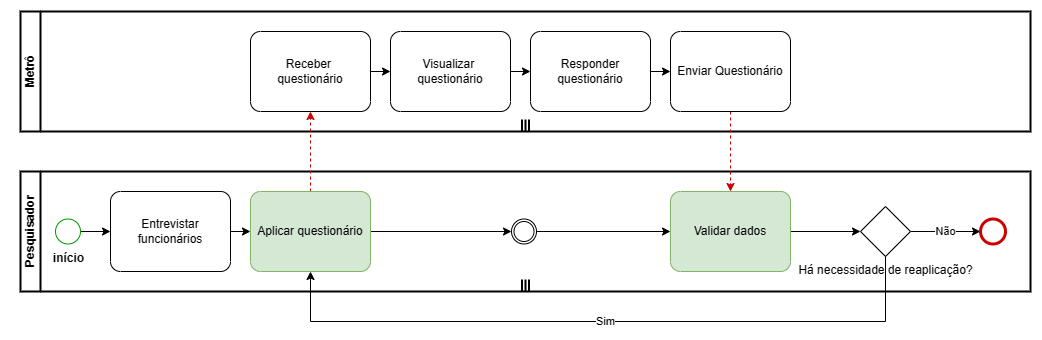
camylladias/CC7532 keeps this draw.io diagram as Lab Fase de Modelagem-as is.drawio.png. Above is the earlier version. Source tidied: cells renumbered, new cells last; positions are measured from the earlier drawing's top-left corner, leaving out a move shared by most shapes. Its diagram source:
```xml
<mxGraphModel>
  <root>
    <mxCell id="0" />
    <mxCell id="1" parent="0" />
    <mxCell id="2" style="shape=mxgraph.bpmn.swimlane;html=1;startSize=20;horizontal=0;swimlaneLine=1;fontStyle=0;swimlaneFillColor=#ffffff;strokeWidth=2;isCollection=1;whiteSpace=wrap;" parent="1" vertex="1">
      <mxGeometry x="40" width="1010" height="120" as="geometry" />
    </mxCell>
    <mxCell id="3" style="shape=mxgraph.bpmn.swimlane;html=1;startSize=20;horizontal=0;swimlaneLine=1;fontStyle=0;swimlaneFillColor=#ffffff;strokeWidth=2;isCollection=1;whiteSpace=wrap;" parent="1" vertex="1">
      <mxGeometry x="40" y="160" width="1010" height="120" as="geometry" />
    </mxCell>
    <mxCell id="4" value="Metrô" style="text;strokeColor=none;fillColor=none;html=1;fontSize=12;fontStyle=1;verticalAlign=middle;align=center;rotation=-90;" parent="1" vertex="1">
      <mxGeometry x="10" y="57.5" width="80" height="5" as="geometry" />
    </mxCell>
    <mxCell id="5" value="Pesquisador" style="text;strokeColor=none;fillColor=none;html=1;fontSize=12;fontStyle=1;verticalAlign=middle;align=center;rotation=270;" parent="1" vertex="1">
      <mxGeometry y="200" width="100" height="40" as="geometry" />
    </mxCell>
    <mxCell id="6" style="edgeStyle=orthogonalEdgeStyle;rounded=0;jettySize=auto;html=1;exitX=1;exitY=0.5;exitDx=0;exitDy=0;exitPerimeter=0;entryX=0;entryY=0.5;entryDx=0;entryDy=0;entryPerimeter=0;" parent="1" edge="1" source="7" target="9">
      <mxGeometry relative="1" as="geometry" />
    </mxCell>
    <mxCell id="7" value="início" style="points=[[0.145,0.145,0],[0.5,0,0],[0.855,0.145,0],[1,0.5,0],[0.855,0.855,0],[0.5,1,0],[0.145,0.855,0],[0,0.5,0]];shape=mxgraph.bpmn.event;html=1;verticalLabelPosition=bottom;labelBackgroundColor=none;verticalAlign=top;align=center;perimeter=ellipsePerimeter;outlineConnect=0;outline=standard;symbol=general;fontColor=default;labelBorderColor=none;fontStyle=1;strokeColor=#009900;" parent="1" vertex="1">
      <mxGeometry x="75" y="207.5" width="25" height="25" as="geometry" />
    </mxCell>
    <mxCell id="8" style="edgeStyle=orthogonalEdgeStyle;rounded=0;jettySize=auto;html=1;exitX=1;exitY=0.5;exitDx=0;exitDy=0;exitPerimeter=0;entryX=0;entryY=0.5;entryDx=0;entryDy=0;entryPerimeter=0;" parent="1" edge="1" source="9" target="12">
      <mxGeometry relative="1" as="geometry" />
    </mxCell>
    <mxCell id="9" value="Entrevistar funcionários" style="points=[[0.25,0,0],[0.5,0,0],[0.75,0,0],[1,0.25,0],[1,0.5,0],[1,0.75,0],[0.75,1,0],[0.5,1,0],[0.25,1,0],[0,0.75,0],[0,0.5,0],[0,0.25,0]];shape=mxgraph.bpmn.task;whiteSpace=wrap;rectStyle=rounded;size=10;html=1;taskMarker=abstract;" parent="1" vertex="1">
      <mxGeometry x="130" y="180" width="120" height="80" as="geometry" />
    </mxCell>
    <mxCell id="10" style="edgeStyle=orthogonalEdgeStyle;rounded=0;jettySize=auto;html=1;exitX=0.5;exitY=0;exitDx=0;exitDy=0;exitPerimeter=0;entryX=0.5;entryY=1;entryDx=0;entryDy=0;entryPerimeter=0;dashed=1;strokeColor=#CC0000;" parent="1" edge="1" source="12" target="14">
      <mxGeometry relative="1" as="geometry" />
    </mxCell>
    <mxCell id="11" style="edgeStyle=orthogonalEdgeStyle;rounded=0;jettySize=auto;html=1;exitX=1;exitY=0.5;exitDx=0;exitDy=0;exitPerimeter=0;entryX=0;entryY=0.5;entryDx=0;entryDy=0;entryPerimeter=0;" parent="1" edge="1" source="12" target="24">
      <mxGeometry relative="1" as="geometry" />
    </mxCell>
    <mxCell id="12" value="Aplicar questionário" style="points=[[0.25,0,0],[0.5,0,0],[0.75,0,0],[1,0.25,0],[1,0.5,0],[1,0.75,0],[0.75,1,0],[0.5,1,0],[0.25,1,0],[0,0.75,0],[0,0.5,0],[0,0.25,0]];shape=mxgraph.bpmn.task;whiteSpace=wrap;rectStyle=rounded;size=10;html=1;taskMarker=abstract;strokeColor=#82B366;fillColor=#d5e8d4;" parent="1" vertex="1">
      <mxGeometry x="270" y="180" width="120" height="80" as="geometry" />
    </mxCell>
    <mxCell id="13" style="edgeStyle=orthogonalEdgeStyle;rounded=0;jettySize=auto;html=1;exitX=1;exitY=0.5;exitDx=0;exitDy=0;exitPerimeter=0;entryX=0;entryY=0.5;entryDx=0;entryDy=0;entryPerimeter=0;" parent="1" edge="1" source="14" target="16">
      <mxGeometry relative="1" as="geometry" />
    </mxCell>
    <mxCell id="14" value="Receber&amp;nbsp;&lt;br&gt;questionário" style="points=[[0.25,0,0],[0.5,0,0],[0.75,0,0],[1,0.25,0],[1,0.5,0],[1,0.75,0],[0.75,1,0],[0.5,1,0],[0.25,1,0],[0,0.75,0],[0,0.5,0],[0,0.25,0]];shape=mxgraph.bpmn.task;whiteSpace=wrap;rectStyle=rounded;size=10;html=1;taskMarker=abstract;" parent="1" vertex="1">
      <mxGeometry x="270" y="20" width="120" height="80" as="geometry" />
    </mxCell>
    <mxCell id="15" style="edgeStyle=orthogonalEdgeStyle;rounded=0;jettySize=auto;html=1;exitX=1;exitY=0.5;exitDx=0;exitDy=0;exitPerimeter=0;entryX=0;entryY=0.5;entryDx=0;entryDy=0;entryPerimeter=0;" parent="1" edge="1" source="16" target="18">
      <mxGeometry relative="1" as="geometry" />
    </mxCell>
    <mxCell id="16" value="Visualizar&amp;nbsp;&lt;br&gt;questionário" style="points=[[0.25,0,0],[0.5,0,0],[0.75,0,0],[1,0.25,0],[1,0.5,0],[1,0.75,0],[0.75,1,0],[0.5,1,0],[0.25,1,0],[0,0.75,0],[0,0.5,0],[0,0.25,0]];shape=mxgraph.bpmn.task;whiteSpace=wrap;rectStyle=rounded;size=10;html=1;taskMarker=abstract;" parent="1" vertex="1">
      <mxGeometry x="410" y="20" width="120" height="80" as="geometry" />
    </mxCell>
    <mxCell id="17" style="edgeStyle=orthogonalEdgeStyle;rounded=0;jettySize=auto;html=1;exitX=1;exitY=0.5;exitDx=0;exitDy=0;exitPerimeter=0;entryX=0;entryY=0.5;entryDx=0;entryDy=0;entryPerimeter=0;" parent="1" edge="1" source="18" target="20">
      <mxGeometry relative="1" as="geometry" />
    </mxCell>
    <mxCell id="18" value="Responder questionário" style="points=[[0.25,0,0],[0.5,0,0],[0.75,0,0],[1,0.25,0],[1,0.5,0],[1,0.75,0],[0.75,1,0],[0.5,1,0],[0.25,1,0],[0,0.75,0],[0,0.5,0],[0,0.25,0]];shape=mxgraph.bpmn.task;whiteSpace=wrap;rectStyle=rounded;size=10;html=1;taskMarker=abstract;" parent="1" vertex="1">
      <mxGeometry x="550" y="20" width="120" height="80" as="geometry" />
    </mxCell>
    <mxCell id="19" style="edgeStyle=orthogonalEdgeStyle;rounded=0;jettySize=auto;html=1;exitX=0.5;exitY=1;exitDx=0;exitDy=0;exitPerimeter=0;dashed=1;strokeColor=#CC0000;" parent="1" edge="1" source="20" target="22">
      <mxGeometry relative="1" as="geometry" />
    </mxCell>
    <mxCell id="20" value="Enviar Questionário" style="points=[[0.25,0,0],[0.5,0,0],[0.75,0,0],[1,0.25,0],[1,0.5,0],[1,0.75,0],[0.75,1,0],[0.5,1,0],[0.25,1,0],[0,0.75,0],[0,0.5,0],[0,0.25,0]];shape=mxgraph.bpmn.task;whiteSpace=wrap;rectStyle=rounded;size=10;html=1;taskMarker=abstract;" parent="1" vertex="1">
      <mxGeometry x="690" y="20" width="120" height="80" as="geometry" />
    </mxCell>
    <mxCell id="21" style="edgeStyle=orthogonalEdgeStyle;rounded=0;jettySize=auto;html=1;exitX=1;exitY=0.5;exitDx=0;exitDy=0;exitPerimeter=0;entryX=0;entryY=0.5;entryDx=0;entryDy=0;entryPerimeter=0;" parent="1" edge="1" source="22" target="26">
      <mxGeometry relative="1" as="geometry" />
    </mxCell>
    <mxCell id="22" value="Validar dados" style="points=[[0.25,0,0],[0.5,0,0],[0.75,0,0],[1,0.25,0],[1,0.5,0],[1,0.75,0],[0.75,1,0],[0.5,1,0],[0.25,1,0],[0,0.75,0],[0,0.5,0],[0,0.25,0]];shape=mxgraph.bpmn.task;whiteSpace=wrap;rectStyle=rounded;size=10;html=1;taskMarker=abstract;fillColor=#d5e8d4;strokeColor=#82b366;" parent="1" vertex="1">
      <mxGeometry x="690" y="180" width="120" height="80" as="geometry" />
    </mxCell>
    <mxCell id="23" style="edgeStyle=orthogonalEdgeStyle;rounded=0;jettySize=auto;html=1;exitX=1;exitY=0.5;exitDx=0;exitDy=0;exitPerimeter=0;entryX=0;entryY=0.5;entryDx=0;entryDy=0;entryPerimeter=0;" parent="1" edge="1" source="24" target="22">
      <mxGeometry relative="1" as="geometry" />
    </mxCell>
    <mxCell id="24" style="points=[[0.145,0.145,0],[0.5,0,0],[0.855,0.145,0],[1,0.5,0],[0.855,0.855,0],[0.5,1,0],[0.145,0.855,0],[0,0.5,0]];shape=mxgraph.bpmn.event;html=1;verticalLabelPosition=bottom;labelBackgroundColor=#ffffff;verticalAlign=top;align=center;perimeter=ellipsePerimeter;outlineConnect=0;outline=throwing;symbol=general;" parent="1" vertex="1">
      <mxGeometry x="531" y="207.5" width="25" height="25" as="geometry" />
    </mxCell>
    <mxCell id="25" value="Não" style="edgeStyle=orthogonalEdgeStyle;rounded=0;jettySize=auto;html=1;exitX=1;exitY=0.5;exitDx=0;exitDy=0;exitPerimeter=0;entryX=0;entryY=0.5;entryDx=0;entryDy=0;entryPerimeter=0;" parent="1" edge="1" source="26" target="27">
      <mxGeometry relative="1" as="geometry" />
    </mxCell>
    <mxCell id="26" value="Há necessidade de reaplicação?" style="points=[[0.25,0.25,0],[0.5,0,0],[0.75,0.25,0],[1,0.5,0],[0.75,0.75,0],[0.5,1,0],[0.25,0.75,0],[0,0.5,0]];shape=mxgraph.bpmn.gateway2;html=1;verticalLabelPosition=bottom;labelBackgroundColor=#ffffff;verticalAlign=top;align=center;perimeter=rhombusPerimeter;outlineConnect=0;outline=none;symbol=none;" parent="1" vertex="1">
      <mxGeometry x="880" y="195" width="50" height="50" as="geometry" />
    </mxCell>
    <mxCell id="27" style="points=[[0.145,0.145,0],[0.5,0,0],[0.855,0.145,0],[1,0.5,0],[0.855,0.855,0],[0.5,1,0],[0.145,0.855,0],[0,0.5,0]];shape=mxgraph.bpmn.event;html=1;verticalLabelPosition=bottom;labelBackgroundColor=#ffffff;verticalAlign=top;align=center;perimeter=ellipsePerimeter;outlineConnect=0;outline=end;symbol=terminate2;strokeColor=#CC0000;" parent="1" vertex="1">
      <mxGeometry x="1000" y="207.5" width="25" height="25" as="geometry" />
    </mxCell>
    <mxCell id="28" value="Sim" style="edgeStyle=orthogonalEdgeStyle;rounded=0;orthogonalLoop=1;jettySize=auto;html=1;exitX=0.5;exitY=1;exitDx=0;exitDy=0;exitPerimeter=0;entryX=0.5;entryY=1;entryDx=0;entryDy=0;entryPerimeter=0;" parent="1" edge="1">
      <mxGeometry relative="1" as="geometry">
        <mxPoint x="905" y="245" as="sourcePoint" />
        <mxPoint x="330" y="260" as="targetPoint" />
        <Array as="points">
          <mxPoint x="905" y="310" />
          <mxPoint x="330" y="310" />
        </Array>
      </mxGeometry>
    </mxCell>
  </root>
</mxGraphModel>
```
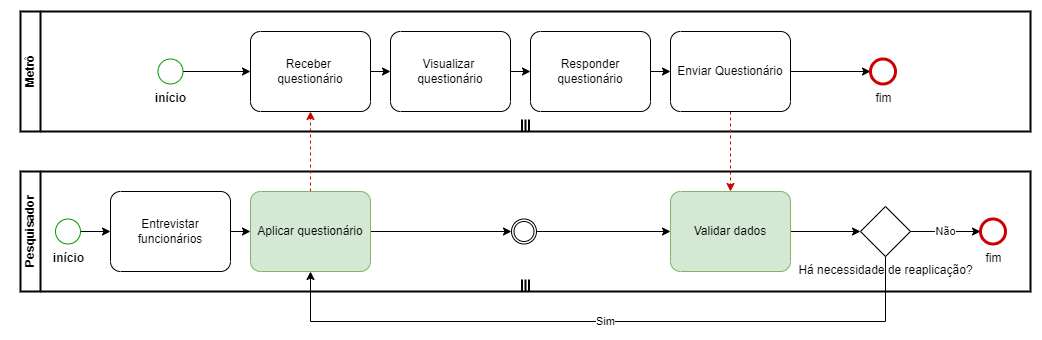
After the commit.

Diff of the diagram source:
```diff
@@ -56,6 +56,9 @@
     <mxCell id="19" style="edgeStyle=orthogonalEdgeStyle;rounded=0;jettySize=auto;html=1;exitX=0.5;exitY=1;exitDx=0;exitDy=0;exitPerimeter=0;dashed=1;strokeColor=#CC0000;" parent="1" edge="1" source="20" target="22">
       <mxGeometry relative="1" as="geometry" />
     </mxCell>
+    <mxCell id="29" style="edgeStyle=orthogonalEdgeStyle;rounded=0;jettySize=auto;html=1;exitX=1;exitY=0.5;exitDx=0;exitDy=0;exitPerimeter=0;entryX=0;entryY=0.5;entryDx=0;entryDy=0;entryPerimeter=0;" parent="1" edge="1" source="20" target="32">
+      <mxGeometry relative="1" as="geometry" />
+    </mxCell>
     <mxCell id="20" value="Enviar Questionário" style="points=[[0.25,0,0],[0.5,0,0],[0.75,0,0],[1,0.25,0],[1,0.5,0],[1,0.75,0],[0.75,1,0],[0.5,1,0],[0.25,1,0],[0,0.75,0],[0,0.5,0],[0,0.25,0]];shape=mxgraph.bpmn.task;whiteSpace=wrap;rectStyle=rounded;size=10;html=1;taskMarker=abstract;" parent="1" vertex="1">
       <mxGeometry x="690" y="20" width="120" height="80" as="geometry" />
     </mxCell>
@@ -77,7 +80,7 @@
     <mxCell id="26" value="Há necessidade de reaplicação?" style="points=[[0.25,0.25,0],[0.5,0,0],[0.75,0.25,0],[1,0.5,0],[0.75,0.75,0],[0.5,1,0],[0.25,0.75,0],[0,0.5,0]];shape=mxgraph.bpmn.gateway2;html=1;verticalLabelPosition=bottom;labelBackgroundColor=#ffffff;verticalAlign=top;align=center;perimeter=rhombusPerimeter;outlineConnect=0;outline=none;symbol=none;" parent="1" vertex="1">
       <mxGeometry x="880" y="195" width="50" height="50" as="geometry" />
     </mxCell>
-    <mxCell id="27" style="points=[[0.145,0.145,0],[0.5,0,0],[0.855,0.145,0],[1,0.5,0],[0.855,0.855,0],[0.5,1,0],[0.145,0.855,0],[0,0.5,0]];shape=mxgraph.bpmn.event;html=1;verticalLabelPosition=bottom;labelBackgroundColor=#ffffff;verticalAlign=top;align=center;perimeter=ellipsePerimeter;outlineConnect=0;outline=end;symbol=terminate2;strokeColor=#CC0000;" parent="1" vertex="1">
+    <mxCell id="27" value="fim" style="points=[[0.145,0.145,0],[0.5,0,0],[0.855,0.145,0],[1,0.5,0],[0.855,0.855,0],[0.5,1,0],[0.145,0.855,0],[0,0.5,0]];shape=mxgraph.bpmn.event;html=1;verticalLabelPosition=bottom;labelBackgroundColor=#ffffff;verticalAlign=top;align=center;perimeter=ellipsePerimeter;outlineConnect=0;outline=end;symbol=terminate2;strokeColor=#CC0000;" parent="1" vertex="1">
       <mxGeometry x="1000" y="207.5" width="25" height="25" as="geometry" />
     </mxCell>
     <mxCell id="28" value="Sim" style="edgeStyle=orthogonalEdgeStyle;rounded=0;orthogonalLoop=1;jettySize=auto;html=1;exitX=0.5;exitY=1;exitDx=0;exitDy=0;exitPerimeter=0;entryX=0.5;entryY=1;entryDx=0;entryDy=0;entryPerimeter=0;" parent="1" edge="1">
@@ -90,5 +93,14 @@
         </Array>
       </mxGeometry>
     </mxCell>
+    <mxCell id="30" style="edgeStyle=orthogonalEdgeStyle;rounded=0;jettySize=auto;html=1;exitX=1;exitY=0.5;exitDx=0;exitDy=0;exitPerimeter=0;entryX=0;entryY=0.5;entryDx=0;entryDy=0;entryPerimeter=0;" parent="1" edge="1" source="31" target="14">
+      <mxGeometry relative="1" as="geometry" />
+    </mxCell>
+    <mxCell id="31" value="início" style="points=[[0.145,0.145,0],[0.5,0,0],[0.855,0.145,0],[1,0.5,0],[0.855,0.855,0],[0.5,1,0],[0.145,0.855,0],[0,0.5,0]];shape=mxgraph.bpmn.event;html=1;verticalLabelPosition=bottom;labelBackgroundColor=none;verticalAlign=top;align=center;perimeter=ellipsePerimeter;outlineConnect=0;outline=standard;symbol=general;fontColor=default;labelBorderColor=none;fontStyle=1;strokeColor=#009900;" parent="1" vertex="1">
+      <mxGeometry x="177.5" y="47.5" width="25" height="25" as="geometry" />
+    </mxCell>
+    <mxCell id="32" value="fim" style="points=[[0.145,0.145,0],[0.5,0,0],[0.855,0.145,0],[1,0.5,0],[0.855,0.855,0],[0.5,1,0],[0.145,0.855,0],[0,0.5,0]];shape=mxgraph.bpmn.event;html=1;verticalLabelPosition=bottom;labelBackgroundColor=#ffffff;verticalAlign=top;align=center;perimeter=ellipsePerimeter;outlineConnect=0;outline=end;symbol=terminate2;strokeColor=#CC0000;" parent="1" vertex="1">
+      <mxGeometry x="890" y="47.5" width="25" height="25" as="geometry" />
+    </mxCell>
   </root>
 </mxGraphModel>
```
